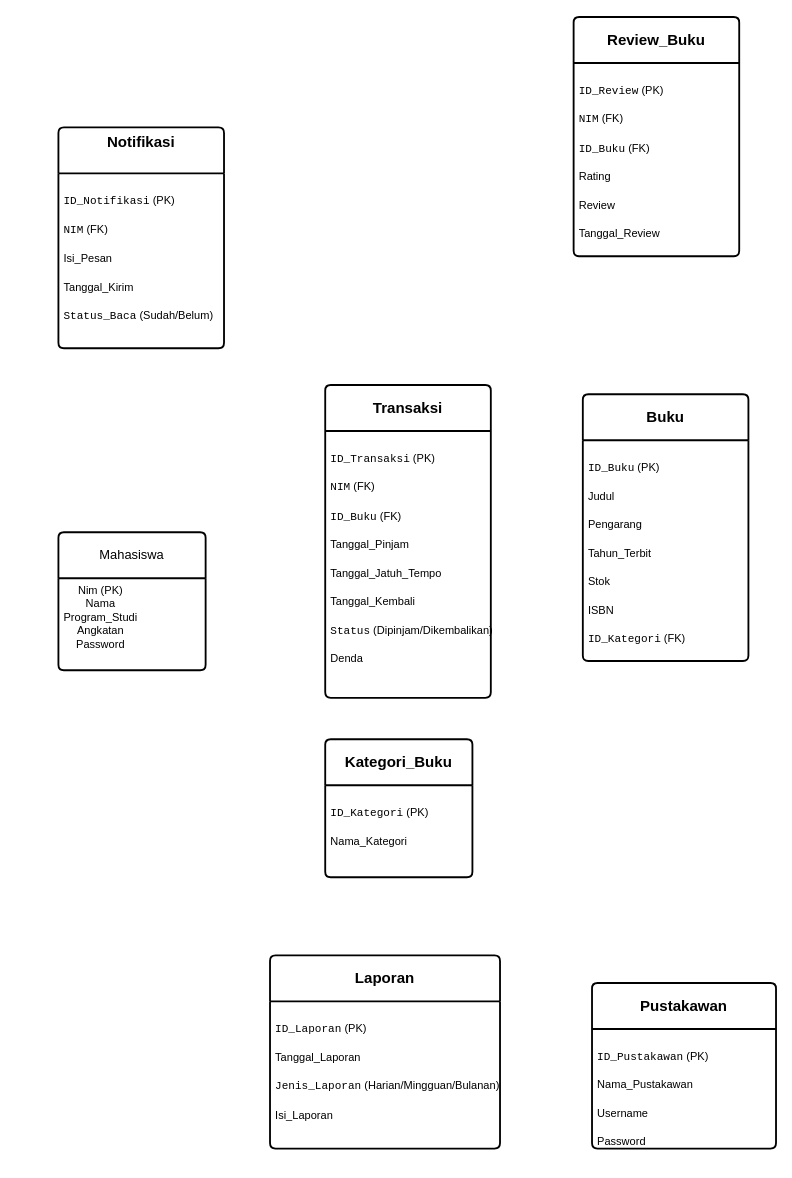
Above: Untitled Diagram.drawio in YayangSahidan/yayangsahidan (draw.io), before the change. Source tidied: cells renumbered, new cells numbered last; positions are measured from the earlier drawing's top-left corner, leaving out a move shared by most shapes. Both pictures are drawn from the tidied source at 92%, with x=0, y=0 at pixel (58, 17).
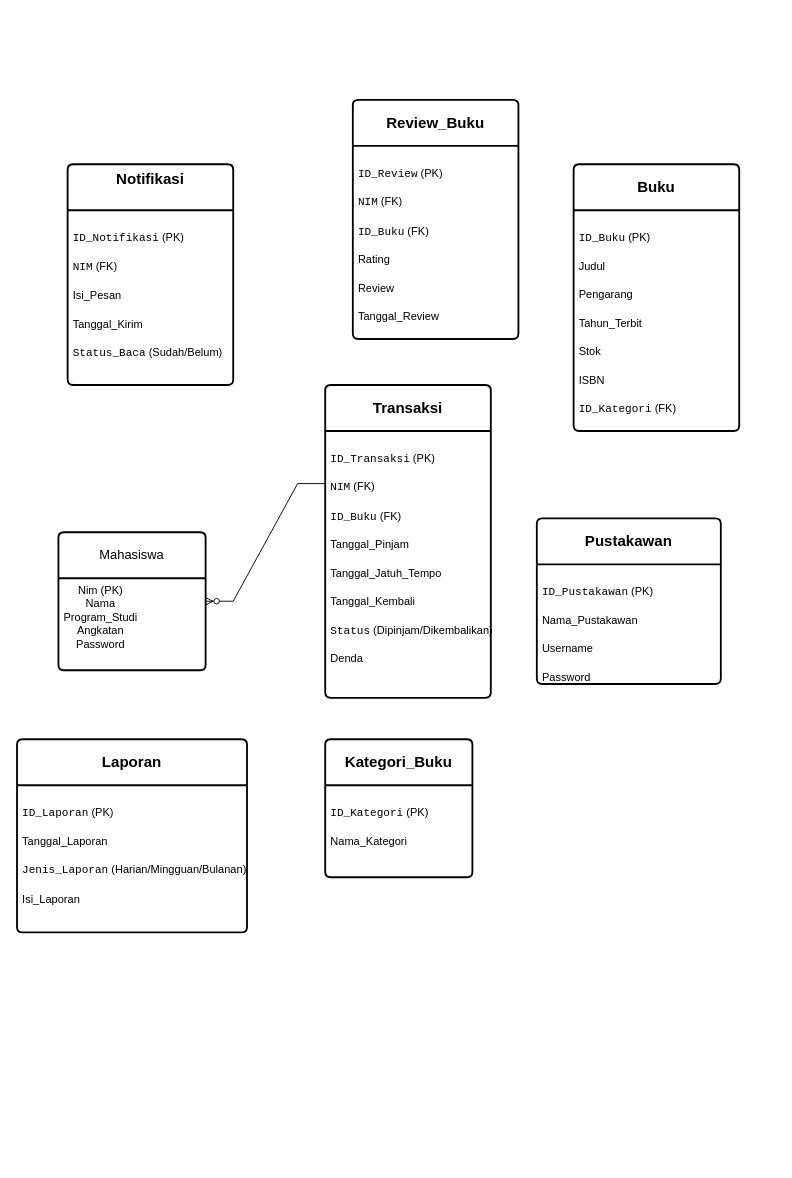
After the change.

Change to the diagram source:
```diff
@@
 <mxGraphModel>
   <root>
     <mxCell id="0" />
     <mxCell id="1" parent="0" />
     <mxCell id="2" value="Mahasiswa" style="swimlane;horizontal=1;startSize=50;rounded=1;fontSize=14;fontStyle=0;strokeWidth=2;shadow=0;dashed=0;align=center;arcSize=4;whiteSpace=wrap;html=1;" parent="1" vertex="1">
       <mxGeometry y="560" width="160" height="150" as="geometry" />
     </mxCell>
     <mxCell id="3" value="&lt;div style=&quot;text-align: center;&quot;&gt;&lt;span style=&quot;text-align: start;&quot;&gt;Nim (PK)&lt;/span&gt;&lt;/div&gt;&lt;div style=&quot;text-align: center;&quot;&gt;&lt;span style=&quot;text-align: start;&quot;&gt;Nama&lt;/span&gt;&lt;/div&gt;&lt;div style=&quot;text-align: center;&quot;&gt;&lt;span style=&quot;text-align: start;&quot;&gt;Program_Studi&lt;/span&gt;&lt;/div&gt;&lt;div style=&quot;text-align: center;&quot;&gt;&lt;span style=&quot;text-align: start;&quot;&gt;Angkatan&lt;/span&gt;&lt;/div&gt;&lt;div style=&quot;text-align: center;&quot;&gt;&lt;span style=&quot;text-align: start;&quot;&gt;Password&lt;/span&gt;&lt;/div&gt;" style="align=left;strokeColor=none;fillColor=none;spacingLeft=4;spacingRight=4;fontSize=12;verticalAlign=top;html=1;whiteSpace=wrap;" parent="2" vertex="1">
       <mxGeometry y="50" width="160" height="100" as="geometry" />
     </mxCell>
     <mxCell id="4" value="&lt;h3 style=&quot;text-align: start;&quot; class=&quot;&quot;&gt;&lt;strong&gt;Notifikasi&lt;/strong&gt;&lt;/h3&gt;&lt;div&gt;&lt;strong&gt;&lt;br&gt;&lt;/strong&gt;&lt;/div&gt;" style="swimlane;horizontal=1;startSize=50;rounded=1;fontSize=14;fontStyle=0;strokeWidth=2;shadow=0;dashed=0;align=center;arcSize=4;whiteSpace=wrap;html=1;" parent="1" vertex="1">
-      <mxGeometry y="120" width="180" height="240" as="geometry" />
+      <mxGeometry x="10" y="160" width="180" height="240" as="geometry" />
     </mxCell>
     <mxCell id="5" value="&lt;div style=&quot;text-align: center;&quot;&gt;&lt;h3 style=&quot;text-align: start;&quot; class=&quot;&quot;&gt;&lt;code style=&quot;font-weight: 400; font-size: 12px;&quot;&gt;ID_Notifikasi&lt;/code&gt;&lt;span style=&quot;font-weight: 400; font-size: 12px;&quot;&gt;&amp;nbsp;&lt;/span&gt;&lt;span style=&quot;font-weight: 400; font-size: 12px;&quot;&gt;(PK)&lt;/span&gt;&lt;br&gt;&lt;/h3&gt;&lt;h3 style=&quot;text-align: start;&quot; class=&quot;&quot;&gt;&lt;code style=&quot;font-weight: 400; font-size: 12px;&quot;&gt;NIM&lt;/code&gt;&lt;span style=&quot;font-weight: 400; font-size: 12px;&quot;&gt;&amp;nbsp;&lt;/span&gt;&lt;span style=&quot;font-weight: 400; font-size: 12px;&quot;&gt;(FK)&lt;/span&gt;&lt;/h3&gt;&lt;h3 style=&quot;text-align: start;&quot; class=&quot;&quot;&gt;&lt;span style=&quot;font-size: 12px; font-weight: 400;&quot;&gt;Isi_Pesan&lt;/span&gt;&lt;/h3&gt;&lt;h3 style=&quot;text-align: start;&quot; class=&quot;&quot;&gt;&lt;span style=&quot;font-weight: 400; font-size: 12px;&quot;&gt;Tanggal_Kirim&lt;/span&gt;&lt;/h3&gt;&lt;h3 style=&quot;text-align: start;&quot; class=&quot;&quot;&gt;&lt;code style=&quot;font-weight: 400; font-size: 12px;&quot;&gt;Status_Baca&lt;/code&gt;&lt;span style=&quot;font-weight: 400; font-size: 12px;&quot;&gt;&amp;nbsp;(Sudah/Belum)&lt;/span&gt;&lt;/h3&gt;&lt;/div&gt;" style="align=left;strokeColor=none;fillColor=none;spacingLeft=4;spacingRight=4;fontSize=12;verticalAlign=top;html=1;whiteSpace=wrap;" parent="4" vertex="1">
       <mxGeometry y="50" width="180" height="190" as="geometry" />
     </mxCell>
     <mxCell id="6" value="&lt;h3 style=&quot;text-align: start;&quot; class=&quot;&quot;&gt;&lt;strong&gt;Transaksi&lt;/strong&gt;&lt;/h3&gt;" style="swimlane;horizontal=1;startSize=50;rounded=1;fontSize=14;fontStyle=0;strokeWidth=2;shadow=0;dashed=0;align=center;arcSize=4;whiteSpace=wrap;html=1;" parent="1" vertex="1">
       <mxGeometry x="290" y="400" width="180" height="340" as="geometry" />
     </mxCell>
     <mxCell id="7" value="&lt;div style=&quot;text-align: center;&quot;&gt;&lt;h3 style=&quot;text-align: start;&quot; class=&quot;&quot;&gt;&lt;code style=&quot;font-size: 12px; font-weight: normal;&quot;&gt;ID_Transaksi&lt;/code&gt;&lt;span style=&quot;font-size: 12px; font-weight: normal;&quot;&gt;&amp;nbsp;(PK)&lt;/span&gt;&lt;br&gt;&lt;/h3&gt;&lt;h3 style=&quot;text-align: start;&quot; class=&quot;&quot;&gt;&lt;code style=&quot;font-size: 12px; font-weight: normal;&quot;&gt;NIM&lt;/code&gt;&lt;span style=&quot;font-size: 12px; font-weight: normal;&quot;&gt;&amp;nbsp;(FK)&lt;/span&gt;&lt;/h3&gt;&lt;h3 style=&quot;text-align: start;&quot; class=&quot;&quot;&gt;&lt;code style=&quot;font-size: 12px; font-weight: normal;&quot;&gt;ID_Buku&lt;/code&gt;&lt;span style=&quot;font-size: 12px; font-weight: normal;&quot;&gt;&amp;nbsp;(FK)&lt;/span&gt;&lt;/h3&gt;&lt;h3 style=&quot;text-align: start;&quot; class=&quot;&quot;&gt;&lt;span style=&quot;font-size: 12px; font-weight: normal;&quot;&gt;Tanggal_Pinjam&lt;/span&gt;&lt;/h3&gt;&lt;h3 style=&quot;text-align: start;&quot; class=&quot;&quot;&gt;&lt;span style=&quot;font-size: 12px; font-weight: normal;&quot;&gt;Tanggal_Jatuh_Tempo&lt;/span&gt;&lt;/h3&gt;&lt;h3 style=&quot;text-align: start;&quot; class=&quot;&quot;&gt;&lt;span style=&quot;font-size: 12px; font-weight: normal;&quot;&gt;Tanggal_Kembali&lt;/span&gt;&lt;/h3&gt;&lt;h3 style=&quot;text-align: start;&quot; class=&quot;&quot;&gt;&lt;code style=&quot;font-size: 12px; font-weight: normal;&quot;&gt;Status&lt;/code&gt;&lt;span style=&quot;font-size: 12px; font-weight: normal;&quot;&gt;&amp;nbsp;(Dipinjam/Dikembalikan)&lt;/span&gt;&lt;/h3&gt;&lt;h3 style=&quot;text-align: start;&quot; class=&quot;&quot;&gt;&lt;span style=&quot;font-size: 12px; font-weight: normal;&quot;&gt;Denda&lt;/span&gt;&lt;/h3&gt;&lt;/div&gt;" style="align=left;strokeColor=none;fillColor=none;spacingLeft=4;spacingRight=4;fontSize=12;verticalAlign=top;html=1;whiteSpace=wrap;" parent="6" vertex="1">
       <mxGeometry y="50" width="180" height="290" as="geometry" />
     </mxCell>
     <mxCell id="8" value="&lt;h3 style=&quot;text-align: start;&quot; class=&quot;&quot;&gt;&lt;strong&gt;Kategori_Buku&lt;/strong&gt;&lt;/h3&gt;" style="swimlane;horizontal=1;startSize=50;rounded=1;fontSize=14;fontStyle=0;strokeWidth=2;shadow=0;dashed=0;align=center;arcSize=4;whiteSpace=wrap;html=1;" parent="1" vertex="1">
       <mxGeometry x="290" y="785" width="160" height="150" as="geometry" />
     </mxCell>
     <mxCell id="9" value="&lt;div style=&quot;text-align: center;&quot;&gt;&lt;h3 style=&quot;text-align: start;&quot; class=&quot;&quot;&gt;&lt;code style=&quot;font-size: 12px; font-weight: normal;&quot;&gt;ID_Kategori&lt;/code&gt;&lt;span style=&quot;font-size: 12px; font-weight: normal;&quot;&gt;&amp;nbsp;(PK)&lt;/span&gt;&lt;br&gt;&lt;/h3&gt;&lt;h3 style=&quot;text-align: start;&quot; class=&quot;&quot;&gt;&lt;span style=&quot;font-size: 12px; font-weight: normal;&quot;&gt;Nama_Kategori&lt;/span&gt;&lt;/h3&gt;&lt;/div&gt;" style="align=left;strokeColor=none;fillColor=none;spacingLeft=4;spacingRight=4;fontSize=12;verticalAlign=top;html=1;whiteSpace=wrap;" parent="8" vertex="1">
       <mxGeometry y="50" width="160" height="100" as="geometry" />
     </mxCell>
     <mxCell id="10" value="&lt;h3 style=&quot;text-align: start;&quot; class=&quot;&quot;&gt;&lt;strong&gt;Review_Buku&lt;/strong&gt;&lt;/h3&gt;" style="swimlane;horizontal=1;startSize=50;rounded=1;fontSize=14;fontStyle=0;strokeWidth=2;shadow=0;dashed=0;align=center;arcSize=4;whiteSpace=wrap;html=1;" parent="1" vertex="1">
-      <mxGeometry x="560" width="180" height="260" as="geometry" />
+      <mxGeometry x="320" y="90" width="180" height="260" as="geometry" />
     </mxCell>
     <mxCell id="11" value="&lt;div style=&quot;text-align: center;&quot;&gt;&lt;h3 style=&quot;text-align: start;&quot; class=&quot;&quot;&gt;&lt;code style=&quot;font-weight: 400; font-size: 12px;&quot;&gt;ID_Review&lt;/code&gt;&lt;span style=&quot;font-weight: 400; font-size: 12px;&quot;&gt;&amp;nbsp;&lt;/span&gt;&lt;span style=&quot;font-weight: 400; font-size: 12px;&quot;&gt;(PK)&lt;/span&gt;&lt;br&gt;&lt;/h3&gt;&lt;h3 style=&quot;text-align: start;&quot; class=&quot;&quot;&gt;&lt;code style=&quot;font-weight: 400; font-size: 12px;&quot;&gt;NIM&lt;/code&gt;&lt;span style=&quot;font-weight: 400; font-size: 12px;&quot;&gt;&amp;nbsp;&lt;/span&gt;&lt;span style=&quot;font-weight: 400; font-size: 12px;&quot;&gt;(FK)&lt;/span&gt;&lt;/h3&gt;&lt;h3 style=&quot;text-align: start;&quot; class=&quot;&quot;&gt;&lt;code style=&quot;font-weight: 400; font-size: 12px;&quot;&gt;ID_Buku&lt;/code&gt;&lt;span style=&quot;font-weight: 400; font-size: 12px;&quot;&gt;&amp;nbsp;&lt;/span&gt;&lt;span style=&quot;font-weight: 400; font-size: 12px;&quot;&gt;(FK)&lt;/span&gt;&lt;/h3&gt;&lt;h3 style=&quot;text-align: start;&quot; class=&quot;&quot;&gt;&lt;span style=&quot;font-weight: 400; font-size: 12px;&quot;&gt;Rating&lt;/span&gt;&lt;/h3&gt;&lt;h3 style=&quot;text-align: start;&quot; class=&quot;&quot;&gt;&lt;span style=&quot;font-weight: 400; font-size: 12px;&quot;&gt;Review&lt;/span&gt;&lt;/h3&gt;&lt;h3 style=&quot;text-align: start;&quot; class=&quot;&quot;&gt;&lt;span style=&quot;font-weight: 400; font-size: 12px;&quot;&gt;Tanggal_Review&lt;/span&gt;&lt;/h3&gt;&lt;/div&gt;" style="align=left;strokeColor=none;fillColor=none;spacingLeft=4;spacingRight=4;fontSize=12;verticalAlign=top;html=1;whiteSpace=wrap;" parent="10" vertex="1">
       <mxGeometry y="50" width="180" height="210" as="geometry" />
     </mxCell>
     <mxCell id="12" value="&lt;h3 style=&quot;text-align: start;&quot; class=&quot;&quot;&gt;&lt;strong&gt;Buku&lt;/strong&gt;&lt;/h3&gt;" style="swimlane;horizontal=1;startSize=50;rounded=1;fontSize=14;fontStyle=0;strokeWidth=2;shadow=0;dashed=0;align=center;arcSize=4;whiteSpace=wrap;html=1;" parent="1" vertex="1">
-      <mxGeometry x="570" y="410" width="180" height="290" as="geometry" />
+      <mxGeometry x="560" y="160" width="180" height="290" as="geometry" />
     </mxCell>
     <mxCell id="13" value="&lt;div style=&quot;text-align: center;&quot;&gt;&lt;h3 style=&quot;text-align: start;&quot; class=&quot;&quot;&gt;&lt;code style=&quot;font-size: 12px; font-weight: normal;&quot;&gt;ID_Buku&lt;/code&gt;&lt;span style=&quot;font-size: 12px; font-weight: normal;&quot;&gt;&amp;nbsp;&lt;/span&gt;&lt;span style=&quot;font-size: 12px; font-weight: normal;&quot;&gt;(PK)&lt;/span&gt;&lt;/h3&gt;&lt;h3 style=&quot;text-align: start;&quot; class=&quot;&quot;&gt;&lt;span style=&quot;font-size: 12px; font-weight: normal;&quot;&gt;Judul&lt;/span&gt;&lt;/h3&gt;&lt;h3 style=&quot;text-align: start;&quot; class=&quot;&quot;&gt;&lt;span style=&quot;font-size: 12px; font-weight: normal;&quot;&gt;Pengarang&lt;/span&gt;&lt;/h3&gt;&lt;h3 style=&quot;text-align: start;&quot; class=&quot;&quot;&gt;&lt;span style=&quot;font-size: 12px; font-weight: normal;&quot;&gt;Tahun_Terbit&lt;/span&gt;&lt;/h3&gt;&lt;h3 style=&quot;text-align: start;&quot; class=&quot;&quot;&gt;&lt;span style=&quot;font-size: 12px; font-weight: normal;&quot;&gt;Stok&lt;/span&gt;&lt;/h3&gt;&lt;h3 style=&quot;text-align: start;&quot; class=&quot;&quot;&gt;&lt;span style=&quot;font-size: 12px; font-weight: normal;&quot;&gt;ISBN&lt;/span&gt;&lt;/h3&gt;&lt;h3 style=&quot;text-align: start;&quot; class=&quot;&quot;&gt;&lt;code style=&quot;font-size: 12px; font-weight: normal;&quot;&gt;ID_Kategori&lt;/code&gt;&lt;span style=&quot;font-size: 12px; font-weight: normal;&quot;&gt;&amp;nbsp;(FK)&lt;/span&gt;&lt;/h3&gt;&lt;/div&gt;" style="align=left;strokeColor=none;fillColor=none;spacingLeft=4;spacingRight=4;fontSize=12;verticalAlign=top;html=1;whiteSpace=wrap;" parent="12" vertex="1">
       <mxGeometry y="50" width="180" height="240" as="geometry" />
     </mxCell>
     <mxCell id="14" value="&lt;h3 style=&quot;text-align: start;&quot; class=&quot;&quot;&gt;&lt;strong&gt;Pustakawan&lt;/strong&gt;&lt;/h3&gt;" style="swimlane;horizontal=1;startSize=50;rounded=1;fontSize=14;fontStyle=0;strokeWidth=2;shadow=0;dashed=0;align=center;arcSize=4;whiteSpace=wrap;html=1;" parent="1" vertex="1">
-      <mxGeometry x="580" y="1050" width="200" height="180" as="geometry" />
+      <mxGeometry x="520" y="545" width="200" height="180" as="geometry" />
     </mxCell>
     <mxCell id="15" value="&lt;div style=&quot;text-align: center;&quot;&gt;&lt;h3 style=&quot;text-align: start;&quot; class=&quot;&quot;&gt;&lt;code style=&quot;font-size: 12px; font-weight: normal;&quot;&gt;ID_Pustakawan&lt;/code&gt;&lt;span style=&quot;font-size: 12px; font-weight: normal;&quot;&gt;&amp;nbsp;(PK)&lt;/span&gt;&lt;br&gt;&lt;/h3&gt;&lt;h3 style=&quot;text-align: start;&quot; class=&quot;&quot;&gt;&lt;span style=&quot;font-size: 12px; font-weight: normal;&quot;&gt;Nama_Pustakawan&lt;/span&gt;&lt;/h3&gt;&lt;h3 style=&quot;text-align: start;&quot; class=&quot;&quot;&gt;&lt;span style=&quot;font-size: 12px; font-weight: normal;&quot;&gt;Username&lt;/span&gt;&lt;/h3&gt;&lt;h3 style=&quot;text-align: start;&quot; class=&quot;&quot;&gt;&lt;span style=&quot;font-size: 12px; font-weight: normal;&quot;&gt;Password&lt;/span&gt;&lt;/h3&gt;&lt;/div&gt;" style="align=left;strokeColor=none;fillColor=none;spacingLeft=4;spacingRight=4;fontSize=12;verticalAlign=top;html=1;whiteSpace=wrap;" parent="14" vertex="1">
       <mxGeometry y="50" width="200" height="130" as="geometry" />
     </mxCell>
     <mxCell id="16" value="&lt;h3 style=&quot;text-align: start;&quot; class=&quot;&quot;&gt;&lt;strong&gt;Laporan&lt;/strong&gt;&lt;/h3&gt;" style="swimlane;horizontal=1;startSize=50;rounded=1;fontSize=14;fontStyle=0;strokeWidth=2;shadow=0;dashed=0;align=center;arcSize=4;whiteSpace=wrap;html=1;" parent="1" vertex="1">
-      <mxGeometry x="230" y="1020" width="250" height="210" as="geometry" />
+      <mxGeometry x="-45" y="785" width="250" height="210" as="geometry" />
     </mxCell>
     <mxCell id="17" value="&lt;div style=&quot;text-align: center;&quot;&gt;&lt;h3 style=&quot;text-align: start;&quot; class=&quot;&quot;&gt;&lt;code style=&quot;font-weight: 400; font-size: 12px;&quot;&gt;ID_Laporan&lt;/code&gt;&lt;span style=&quot;font-weight: 400; font-size: 12px;&quot;&gt;&amp;nbsp;&lt;/span&gt;&lt;span style=&quot;font-weight: 400; font-size: 12px;&quot;&gt;(PK)&lt;/span&gt;&lt;br&gt;&lt;/h3&gt;&lt;h3 style=&quot;text-align: start;&quot; class=&quot;&quot;&gt;&lt;span style=&quot;font-weight: 400; font-size: 12px;&quot;&gt;Tanggal_Laporan&lt;/span&gt;&lt;/h3&gt;&lt;h3 style=&quot;text-align: start;&quot; class=&quot;&quot;&gt;&lt;code style=&quot;font-weight: 400; font-size: 12px;&quot;&gt;Jenis_Laporan&lt;/code&gt;&lt;span style=&quot;font-weight: 400; font-size: 12px;&quot;&gt;&amp;nbsp;&lt;/span&gt;&lt;span style=&quot;font-weight: 400; font-size: 12px;&quot;&gt;(Harian/Mingguan/Bulanan)&lt;/span&gt;&lt;/h3&gt;&lt;h3 style=&quot;text-align: start;&quot; class=&quot;&quot;&gt;&lt;span style=&quot;font-weight: 400; font-size: 12px;&quot;&gt;Isi_Laporan&lt;/span&gt;&lt;/h3&gt;&lt;/div&gt;" style="align=left;strokeColor=none;fillColor=none;spacingLeft=4;spacingRight=4;fontSize=12;verticalAlign=top;html=1;whiteSpace=wrap;" parent="16" vertex="1">
       <mxGeometry y="50" width="250" height="160" as="geometry" />
     </mxCell>
+    <mxCell id="18" style="edgeStyle=entityRelationEdgeStyle;fontSize=12;html=1;endArrow=ERzeroToMany;endFill=1;rounded=0;entryX=1;entryY=0.25;entryDx=0;entryDy=0;exitX=0;exitY=0.197;exitDx=0;exitDy=0;exitPerimeter=0;" parent="1" edge="1" source="7" target="3">
+      <mxGeometry relative="1" as="geometry" />
+    </mxCell>
   </root>
 </mxGraphModel>
```
